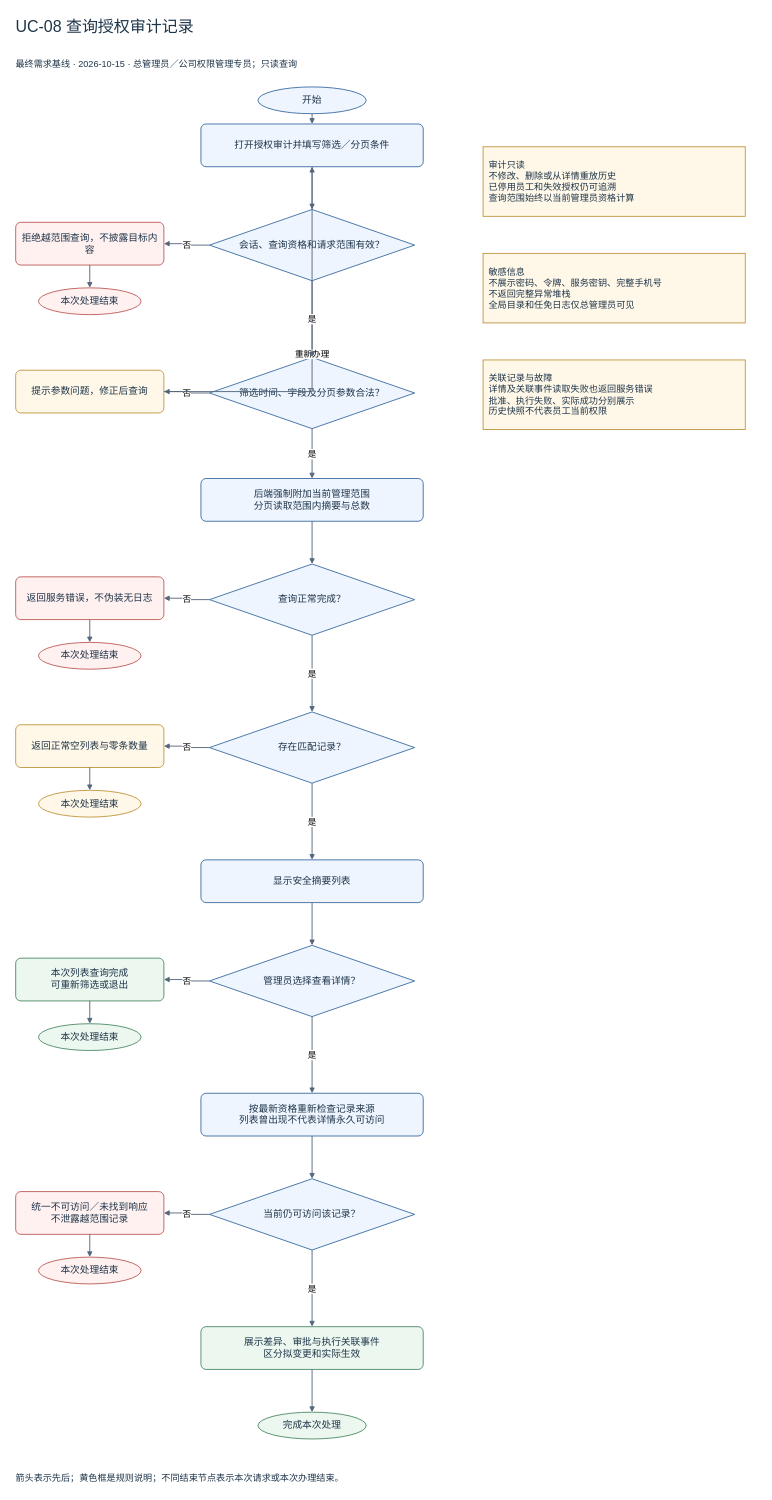
Before: docs/按用例分类/UC-08_查询授权审计记录/UC-08_查询授权审计记录_流程图.drawio in Noah-hope/RBAC-admin, a draw.io diagram. Source tidied: cells renumbered, new cells numbered last; positions are measured from the earlier drawing's top-left corner, leaving out a move shared by most shapes. Both pictures are drawn from the tidied source at 57%, with x=0, y=0 at pixel (10, 10).
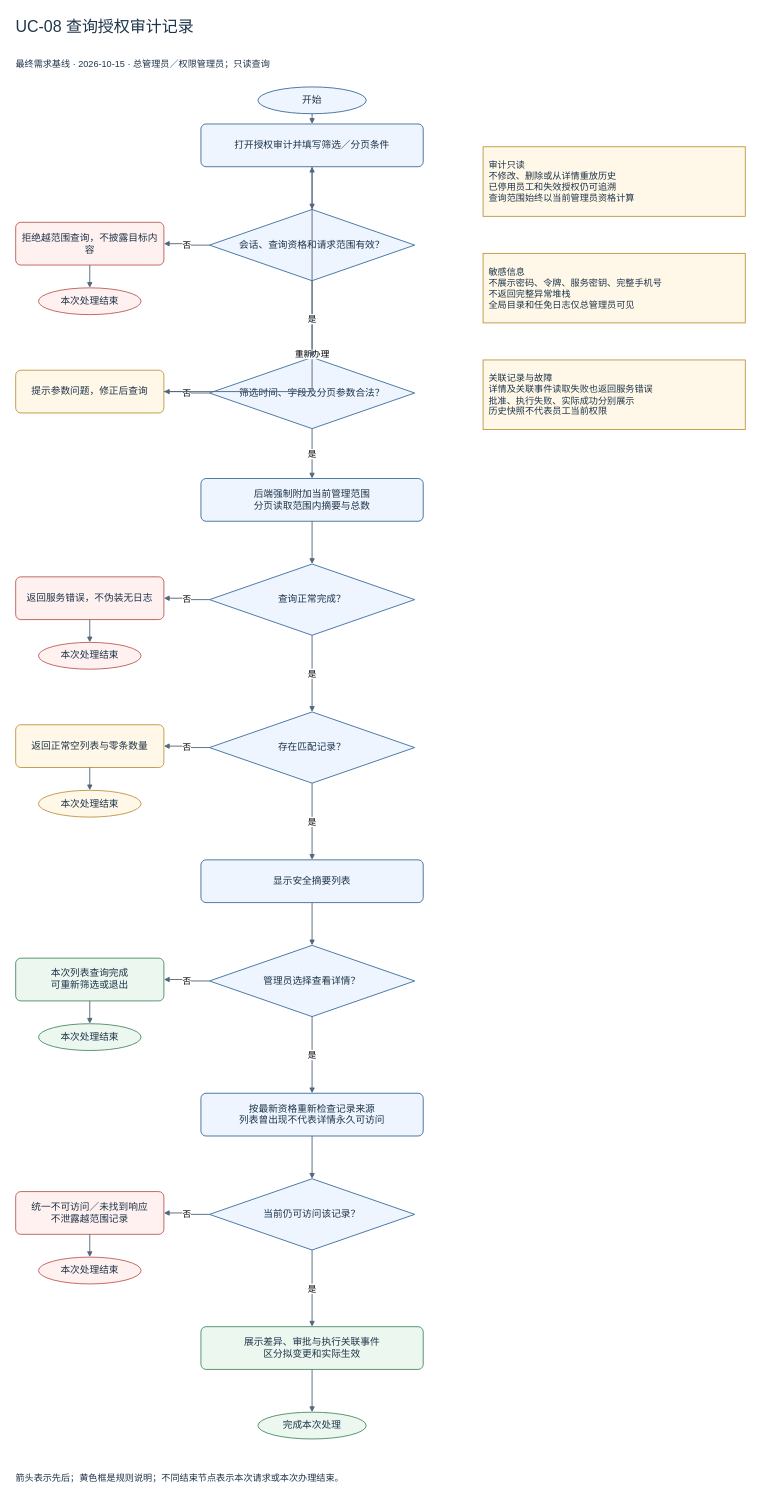
Above is the later version.

Change to the diagram source:
```diff
@@
-    <mxCell id="3" value="最终需求基线 · 2026-10-15 · 总管理员／公司权限管理专员；只读查询" style="text;html=1;whiteSpace=wrap;fontFamily=Microsoft YaHei;fontSize=17;fontColor=#1e3449;align=center;verticalAlign=middle;spacing=10;fillColor=#eef5ff;strokeColor=#32649a;strokeWidth=1.5;fillColor=none;strokeColor=none;align=left;fontSize=16;" parent="1" vertex="1">
+    <mxCell id="3" value="最终需求基线 · 2026-10-15 · 总管理员／权限管理员；只读查询" style="text;html=1;whiteSpace=wrap;fontFamily=Microsoft YaHei;fontSize=17;fontColor=#1e3449;align=center;verticalAlign=middle;spacing=10;fillColor=#eef5ff;strokeColor=#32649a;strokeWidth=1.5;fillColor=none;strokeColor=none;align=left;fontSize=16;" parent="1" vertex="1">
       <mxGeometry y="70" width="1320" height="50" as="geometry" />
     </mxCell>
```
